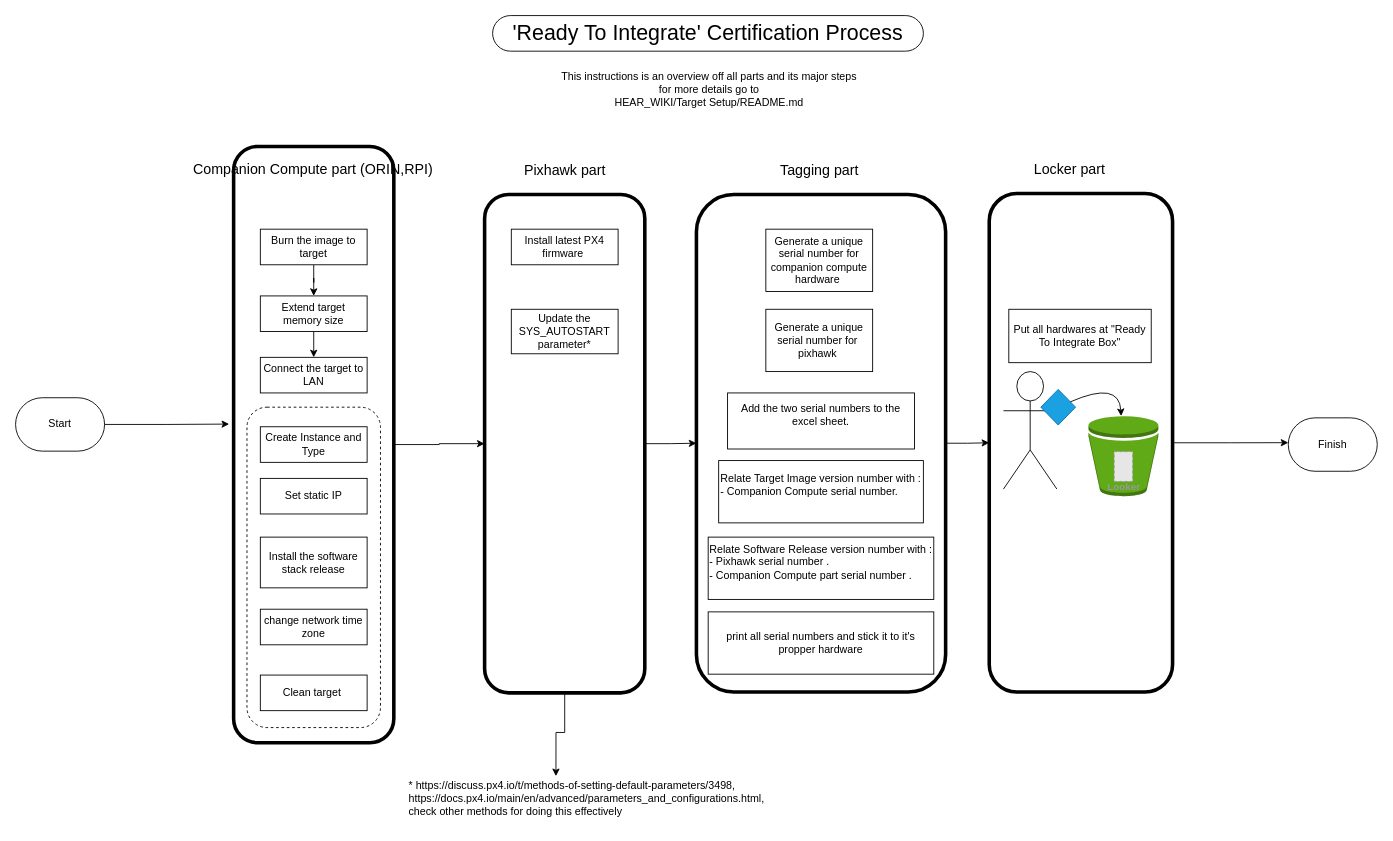
This is Guide/Hardware and Process/Commissioning/1 Ready to integrate/ready_to_integrate.drawio from DroneLeaf/HEAR_wiki, a draw.io file, before an edit. Source tidied: cells renumbered, new cells numbered last; positions are measured from the earlier drawing's top-left corner, leaving out a move shared by most shapes. Both pictures are drawn from the tidied source at 89%, with x=0, y=0 at pixel (15, 15). Pictures stored in the file or linked from it are replaced by grey dashed boxes.
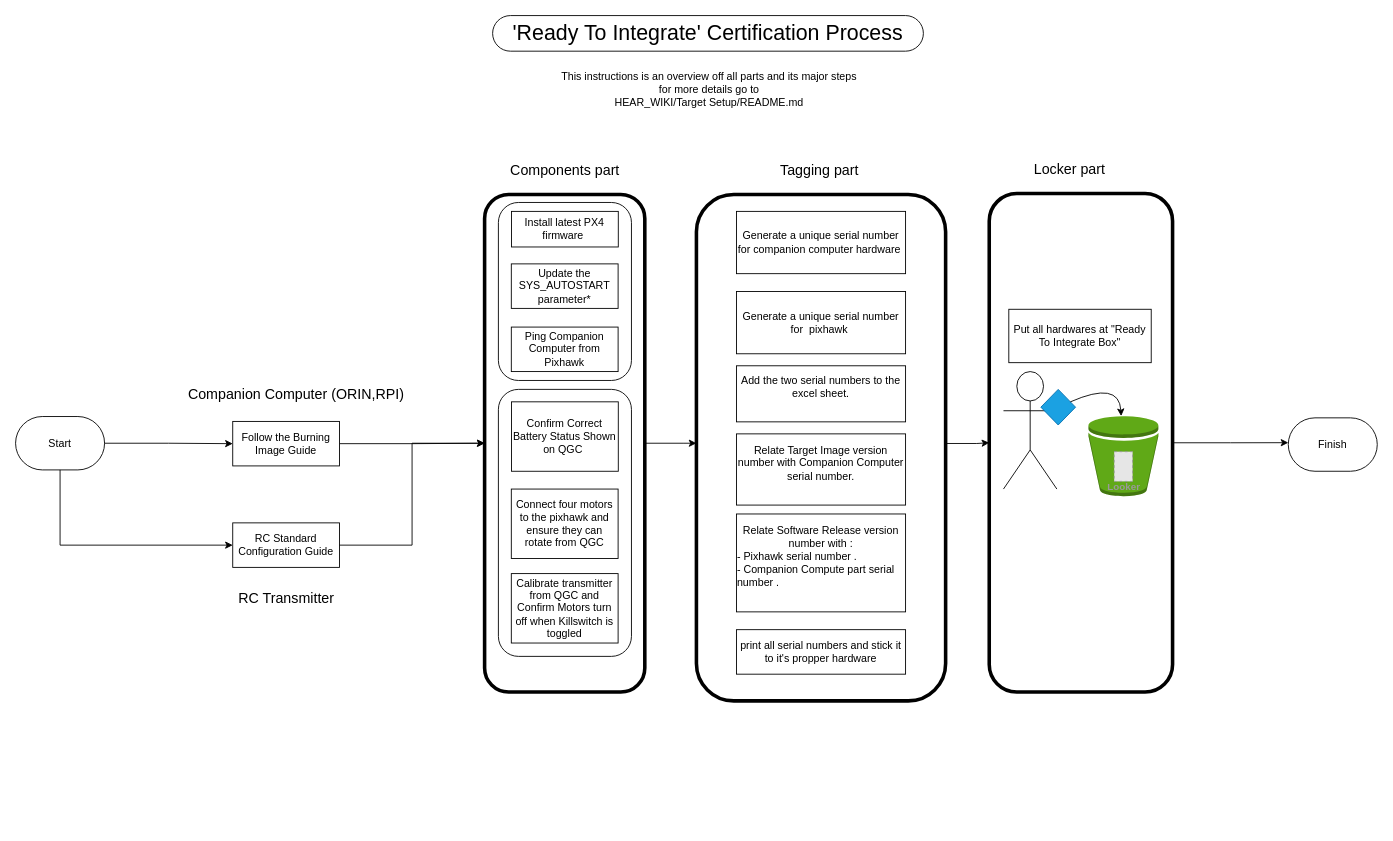
The same diagram, later.

Commit message (it also covers changes not shown here):
Updated Ready To Integrate Process

Unchanged cells that the change refers to:
```xml
<mxCell id="5" style="rounded=1;whiteSpace=wrap;html=1;fillColor=none;strokeWidth=4;" parent="1" vertex="1">
  <mxGeometry x="1094" y="200" width="206" height="560" as="geometry" />
</mxCell>
```

Change to the diagram source:
```diff
@@
-    <mxCell id="2" style="rounded=1;whiteSpace=wrap;html=1;fillColor=none;strokeWidth=4;" parent="1" vertex="1">
-      <mxGeometry x="245" y="147" width="180" height="670" as="geometry" />
-    </mxCell>
-    <mxCell id="3" style="rounded=1;whiteSpace=wrap;html=1;dashed=1;" parent="1" vertex="1">
-      <mxGeometry x="260" y="440" width="150" height="360" as="geometry" />
-    </mxCell>
     <mxCell id="4" style="rounded=1;whiteSpace=wrap;html=1;fillColor=none;strokeWidth=4;" parent="1" vertex="1">
-      <mxGeometry x="527" y="201" width="180" height="560" as="geometry" />
+      <mxGeometry x="527" y="201" width="180" height="559" as="geometry" />
     </mxCell>
+    <mxCell id="46" style="rounded=1;whiteSpace=wrap;html=1;fillColor=none;" parent="1" vertex="1">
+      <mxGeometry x="542.5" y="210" width="149.5" height="200" as="geometry" />
+    </mxCell>
+    <mxCell id="47" style="rounded=1;whiteSpace=wrap;html=1;fillColor=none;" parent="1" vertex="1">
+      <mxGeometry x="542.5" y="420" width="149.5" height="300" as="geometry" />
+    </mxCell>
@@
-    <mxCell id="6" style="edgeStyle=orthogonalEdgeStyle;rounded=0;jettySize=auto;html=1;entryX=0;entryY=0.5;entryDx=0;entryDy=0;" parent="1" edge="1" source="7" target="5">
-      <mxGeometry relative="1" as="geometry" />
-    </mxCell>
     <mxCell id="7" style="rounded=1;whiteSpace=wrap;html=1;fillColor=none;strokeWidth=4;" parent="1" vertex="1">
-      <mxGeometry x="765" y="201" width="280" height="559" as="geometry" />
+      <mxGeometry x="765" y="201" width="280" height="569" as="geometry" />
     </mxCell>
-    <mxCell id="8" style="edgeStyle=orthogonalEdgeStyle;rounded=0;jettySize=auto;html=1;entryX=0;entryY=0.5;entryDx=0;entryDy=0;" parent="1" edge="1" source="2" target="4">
+    <mxCell id="8" style="edgeStyle=orthogonalEdgeStyle;rounded=0;jettySize=auto;html=1;entryX=0;entryY=0.5;entryDx=0;entryDy=0;exitX=1;exitY=0.5;exitDx=0;exitDy=0;" parent="1" edge="1" source="12" target="4">
       <mxGeometry relative="1" as="geometry" />
     </mxCell>
-    <mxCell id="9" value="&lt;div&gt;* https://discuss.px4.io/t/methods-of-setting-default-parameters/3498,&lt;/div&gt;&lt;div&gt;https://docs.px4.io/main/en/advanced/parameters_and_configurations.html,&lt;br&gt;&lt;/div&gt;&lt;div&gt;check other methods for doing this effectively&lt;/div&gt;" style="text;html=1;align=left;verticalAlign=middle;points=[];strokeColor=none;fillColor=none;" parent="1" vertex="1">
-      <mxGeometry x="440" y="850" width="420" height="60" as="geometry" />
-    </mxCell>
@@
-    <mxCell id="11" style="edgeStyle=orthogonalEdgeStyle;rounded=0;jettySize=auto;html=1;exitX=0.5;exitY=1;exitDx=0;exitDy=0;" parent="1" edge="1" source="12" target="14">
-      <mxGeometry relative="1" as="geometry" />
-    </mxCell>
-    <mxCell id="12" value="Burn the image to target" style="rounded=1;whiteSpace=wrap;html=1;fontSize=12;glass=0;strokeWidth=1;shadow=0;arcSize=0;" parent="1" vertex="1">
-      <mxGeometry x="275" y="240" width="120" height="40" as="geometry" />
+    <mxCell id="12" value="Follow the Burning Image Guide" style="rounded=1;whiteSpace=wrap;html=1;fontSize=12;glass=0;strokeWidth=1;shadow=0;arcSize=0;" parent="1" vertex="1">
+      <mxGeometry x="244" y="456" width="120" height="50" as="geometry" />
     </mxCell>
-    <mxCell id="13" style="edgeStyle=orthogonalEdgeStyle;rounded=0;jettySize=auto;html=1;exitX=0.5;exitY=1;exitDx=0;exitDy=0;entryX=0.5;entryY=0;entryDx=0;entryDy=0;" parent="1" edge="1" source="14" target="15">
-      <mxGeometry relative="1" as="geometry" />
-    </mxCell>
-    <mxCell id="14" value="Extend target memory size" style="rounded=1;whiteSpace=wrap;html=1;fontSize=12;glass=0;strokeWidth=1;shadow=0;arcSize=0;" parent="1" vertex="1">
-      <mxGeometry x="275" y="315" width="120" height="40" as="geometry" />
-    </mxCell>
-    <mxCell id="15" value="Connect the target to LAN" style="rounded=1;whiteSpace=wrap;html=1;fontSize=12;glass=0;strokeWidth=1;shadow=0;arcSize=0;" parent="1" vertex="1">
-      <mxGeometry x="275" y="384" width="120" height="40" as="geometry" />
-    </mxCell>
-    <mxCell id="16" value="Set static IP" style="rounded=1;whiteSpace=wrap;html=1;fontSize=12;glass=0;strokeWidth=1;shadow=0;arcSize=0;" parent="1" vertex="1">
-      <mxGeometry x="275" y="520" width="120" height="40" as="geometry" />
-    </mxCell>
-    <mxCell id="17" value="Install the software stack release" style="rounded=1;whiteSpace=wrap;html=1;fontSize=12;glass=0;strokeWidth=1;shadow=0;arcSize=0;" parent="1" vertex="1">
-      <mxGeometry x="275" y="586" width="120" height="57" as="geometry" />
-    </mxCell>
-    <mxCell id="18" value="change network time zone" style="rounded=1;whiteSpace=wrap;html=1;fontSize=12;glass=0;strokeWidth=1;shadow=0;arcSize=0;" parent="1" vertex="1">
-      <mxGeometry x="275" y="667" width="120" height="40" as="geometry" />
-    </mxCell>
-    <mxCell id="19" value="Clean target&amp;nbsp;" style="rounded=1;whiteSpace=wrap;html=1;fontSize=12;glass=0;strokeWidth=1;shadow=0;arcSize=0;" parent="1" vertex="1">
-      <mxGeometry x="275" y="741" width="120" height="40" as="geometry" />
-    </mxCell>
     <mxCell id="20" value="Install latest PX4 firmware&amp;nbsp;" style="rounded=1;whiteSpace=wrap;html=1;fontSize=12;glass=0;strokeWidth=1;shadow=0;arcSize=0;" parent="1" vertex="1">
-      <mxGeometry x="557" y="240" width="120" height="40" as="geometry" />
+      <mxGeometry x="557.2" y="220" width="120" height="40" as="geometry" />
     </mxCell>
     <mxCell id="21" value="Update the SYS_AUTOSTART parameter*" style="rounded=1;whiteSpace=wrap;html=1;fontSize=12;glass=0;strokeWidth=1;shadow=0;arcSize=0;" parent="1" vertex="1">
-      <mxGeometry x="557" y="330" width="120" height="50" as="geometry" />
+      <mxGeometry x="557" y="279" width="120" height="50" as="geometry" />
     </mxCell>
-    <mxCell id="22" value="Generate a unique serial number for companion compute hardware&amp;nbsp;" style="rounded=1;whiteSpace=wrap;html=1;fontSize=12;glass=0;strokeWidth=1;shadow=0;arcSize=0;" parent="1" vertex="1">
-      <mxGeometry x="843" y="240" width="120" height="70" as="geometry" />
+    <mxCell id="22" value="Generate a unique serial number for companion computer hardware&amp;nbsp;" style="rounded=1;whiteSpace=wrap;html=1;fontSize=12;glass=0;strokeWidth=1;shadow=0;arcSize=0;" parent="1" vertex="1">
+      <mxGeometry x="810" y="220" width="190" height="70" as="geometry" />
     </mxCell>
     <mxCell id="23" value="Add the two serial numbers to the excel sheet.&lt;div style=&quot;text-align: left;&quot;&gt;&amp;nbsp;&lt;br&gt;&lt;/div&gt;" style="rounded=1;whiteSpace=wrap;html=1;fontSize=12;glass=0;strokeWidth=1;shadow=0;arcSize=0;" parent="1" vertex="1">
-      <mxGeometry x="800" y="424" width="210" height="63" as="geometry" />
+      <mxGeometry x="810" y="393.5" width="190" height="63" as="geometry" />
     </mxCell>
-    <mxCell id="24" value="Relate Target Image version number&amp;nbsp;with :&lt;div&gt;&lt;div style=&quot;text-align: left;&quot;&gt;&lt;span style=&quot;background-color: initial;&quot;&gt;- Companion Compute serial number.&lt;/span&gt;&lt;/div&gt;&lt;div&gt;&lt;br&gt;&lt;/div&gt;&lt;/div&gt;" style="rounded=1;whiteSpace=wrap;html=1;fontSize=12;glass=0;strokeWidth=1;shadow=0;arcSize=0;" parent="1" vertex="1">
-      <mxGeometry x="790" y="500" width="230" height="70" as="geometry" />
+    <mxCell id="24" value="Relate Target Image version number&amp;nbsp;with&amp;nbsp;&lt;span style=&quot;background-color: initial; text-align: left;&quot;&gt;Companion Computer serial number.&lt;/span&gt;&lt;div&gt;&lt;div&gt;&lt;br&gt;&lt;/div&gt;&lt;/div&gt;" style="rounded=1;whiteSpace=wrap;html=1;fontSize=12;glass=0;strokeWidth=1;shadow=0;arcSize=0;" parent="1" vertex="1">
+      <mxGeometry x="810" y="470" width="190" height="80" as="geometry" />
     </mxCell>
     <mxCell id="25" value="Relate Software Release version number with :&lt;div style=&quot;text-align: left;&quot;&gt;- Pixhawk&amp;nbsp;&lt;span style=&quot;background-color: initial;&quot;&gt;serial number&lt;/span&gt;&lt;span style=&quot;background-color: initial;&quot;&gt;&amp;nbsp;.&lt;/span&gt;&lt;/div&gt;&lt;div&gt;&lt;div style=&quot;text-align: left;&quot;&gt;&lt;span style=&quot;background-color: initial;&quot;&gt;- Companion Compute part&amp;nbsp;&lt;/span&gt;&lt;span style=&quot;background-color: initial;&quot;&gt;serial number&lt;/span&gt;&lt;span style=&quot;background-color: initial;&quot;&gt;&amp;nbsp;.&lt;/span&gt;&lt;/div&gt;&lt;div&gt;&lt;br&gt;&lt;/div&gt;&lt;/div&gt;" style="rounded=1;whiteSpace=wrap;html=1;fontSize=12;glass=0;strokeWidth=1;shadow=0;arcSize=0;" parent="1" vertex="1">
-      <mxGeometry x="778.2" y="586" width="253.5" height="70" as="geometry" />
+      <mxGeometry x="810" y="560" width="190" height="110" as="geometry" />
     </mxCell>
@@
-    <mxCell id="27" value="&lt;font style=&quot;font-size: 16px;&quot;&gt;Companion Compute part (ORIN,RPI)&lt;/font&gt;" style="text;html=1;align=center;verticalAlign=middle;strokeColor=none;fillColor=none;" parent="1" vertex="1">
-      <mxGeometry x="189" y="158" width="290" height="30" as="geometry" />
+    <mxCell id="27" value="&lt;font style=&quot;font-size: 16px;&quot;&gt;Companion Computer (ORIN,RPI)&lt;/font&gt;" style="text;html=1;align=center;verticalAlign=middle;strokeColor=none;fillColor=none;" parent="1" vertex="1">
+      <mxGeometry x="180" y="410" width="270" height="30" as="geometry" />
     </mxCell>
-    <mxCell id="28" value="&lt;font style=&quot;font-size: 16px;&quot;&gt;Pixhawk part&lt;/font&gt;" style="text;html=1;align=center;verticalAlign=middle;strokeColor=none;fillColor=none;" parent="1" vertex="1">
-      <mxGeometry x="557" y="159" width="120" height="30" as="geometry" />
+    <mxCell id="28" value="&lt;font style=&quot;font-size: 16px;&quot;&gt;Components part&lt;/font&gt;" style="text;html=1;align=center;verticalAlign=middle;strokeColor=none;fillColor=none;" parent="1" vertex="1">
+      <mxGeometry x="542" y="159" width="150" height="30" as="geometry" />
     </mxCell>
-    <mxCell id="29" style="edgeStyle=orthogonalEdgeStyle;rounded=0;jettySize=auto;html=1;entryX=0;entryY=0.5;entryDx=0;entryDy=0;" parent="1" edge="1" source="4" target="7">
-      <mxGeometry relative="1" as="geometry" />
+    <mxCell id="29" style="edgeStyle=orthogonalEdgeStyle;rounded=0;jettySize=auto;html=1;" parent="1" edge="1" source="4" target="7">
+      <mxGeometry relative="1" as="geometry">
+        <Array as="points">
+          <mxPoint x="750" y="481" />
+          <mxPoint x="750" y="481" />
+        </Array>
+      </mxGeometry>
     </mxCell>
@@
     <mxCell id="32" value="&lt;div&gt;Start&lt;/div&gt;" style="rounded=1;whiteSpace=wrap;html=1;arcSize=50;" parent="1" vertex="1">
-      <mxGeometry y="429.4" width="100" height="60" as="geometry" />
+      <mxGeometry y="450.5" width="100" height="60" as="geometry" />
     </mxCell>
-    <mxCell id="33" style="edgeStyle=orthogonalEdgeStyle;rounded=0;jettySize=auto;html=1;" parent="1" edge="1" source="32">
-      <mxGeometry relative="1" as="geometry">
-        <mxPoint x="240" y="459" as="targetPoint" />
-      </mxGeometry>
+    <mxCell id="33" style="edgeStyle=orthogonalEdgeStyle;rounded=0;jettySize=auto;html=1;entryX=0;entryY=0.5;entryDx=0;entryDy=0;" parent="1" edge="1" source="32" target="12">
+      <mxGeometry relative="1" as="geometry" />
     </mxCell>
@@
     <mxCell id="42" value="Generate a unique serial number for&amp;nbsp; pixhawk&amp;nbsp;" style="rounded=1;whiteSpace=wrap;html=1;fontSize=12;glass=0;strokeWidth=1;shadow=0;arcSize=0;" parent="1" vertex="1">
-      <mxGeometry x="843" y="330" width="120" height="70" as="geometry" />
+      <mxGeometry x="810" y="310" width="190" height="70" as="geometry" />
     </mxCell>
     <mxCell id="43" value="&lt;div&gt;&lt;div&gt;print all serial numbers and stick it to it's propper hardware&lt;/div&gt;&lt;/div&gt;" style="rounded=1;whiteSpace=wrap;html=1;fontSize=12;glass=0;strokeWidth=1;shadow=0;arcSize=0;" parent="1" vertex="1">
-      <mxGeometry x="778.2" y="670" width="253.5" height="70" as="geometry" />
+      <mxGeometry x="810" y="690" width="190" height="50" as="geometry" />
     </mxCell>
-    <mxCell id="44" style="edgeStyle=orthogonalEdgeStyle;rounded=0;jettySize=auto;html=1;entryX=0.398;entryY=0.076;entryDx=0;entryDy=0;entryPerimeter=0;" parent="1" edge="1" source="4" target="9">
-      <mxGeometry relative="1" as="geometry" />
-    </mxCell>
-    <mxCell id="45" value="Create Instance and Type" style="rounded=1;whiteSpace=wrap;html=1;fontSize=12;glass=0;strokeWidth=1;shadow=0;arcSize=0;" parent="1" vertex="1">
-      <mxGeometry x="275" y="462" width="120" height="40" as="geometry" />
-    </mxCell>
+    <mxCell id="48" style="edgeStyle=orthogonalEdgeStyle;rounded=0;orthogonalLoop=1;jettySize=auto;html=1;exitX=0.5;exitY=1;exitDx=0;exitDy=0;" parent="1" edge="1" source="4" target="4">
+      <mxGeometry relative="1" as="geometry" />
+    </mxCell>
+    <mxCell id="49" value="Ping Companion Computer from Pixhawk" style="rounded=1;whiteSpace=wrap;html=1;fontSize=12;glass=0;strokeWidth=1;shadow=0;arcSize=0;" parent="1" vertex="1">
+      <mxGeometry x="557" y="350" width="120" height="50" as="geometry" />
+    </mxCell>
+    <mxCell id="50" value="Confirm Correct Battery Status Shown on QGC&amp;nbsp;" style="rounded=1;whiteSpace=wrap;html=1;fontSize=12;glass=0;strokeWidth=1;shadow=0;arcSize=0;" parent="1" vertex="1">
+      <mxGeometry x="557.2" y="434" width="120" height="78" as="geometry" />
+    </mxCell>
+    <mxCell id="51" value="Connect four motors to the pixhawk and ensure they can rotate from QGC" style="rounded=1;whiteSpace=wrap;html=1;fontSize=12;glass=0;strokeWidth=1;shadow=0;arcSize=0;" parent="1" vertex="1">
+      <mxGeometry x="557" y="532" width="120" height="78" as="geometry" />
+    </mxCell>
+    <mxCell id="52" value="RC Standard Configuration Guide" style="rounded=1;whiteSpace=wrap;html=1;fontSize=12;glass=0;strokeWidth=1;shadow=0;arcSize=0;" parent="1" vertex="1">
+      <mxGeometry x="244" y="570" width="120" height="50" as="geometry" />
+    </mxCell>
+    <mxCell id="53" style="edgeStyle=orthogonalEdgeStyle;rounded=0;jettySize=auto;html=1;entryX=0;entryY=0.5;entryDx=0;entryDy=0;exitX=0.5;exitY=1;exitDx=0;exitDy=0;" parent="1" edge="1" source="32" target="52">
+      <mxGeometry relative="1" as="geometry" />
+    </mxCell>
+    <mxCell id="54" style="edgeStyle=orthogonalEdgeStyle;rounded=0;jettySize=auto;html=1;entryX=0;entryY=0.5;entryDx=0;entryDy=0;exitX=1;exitY=0.5;exitDx=0;exitDy=0;" parent="1" edge="1" source="52" target="4">
+      <mxGeometry relative="1" as="geometry" />
+    </mxCell>
+    <mxCell id="55" value="Calibrate transmitter from QGC and Confirm Motors turn off when Killswitch is toggled" style="rounded=1;whiteSpace=wrap;html=1;fontSize=12;glass=0;strokeWidth=1;shadow=0;arcSize=0;" parent="1" vertex="1">
+      <mxGeometry x="557" y="627" width="120" height="78" as="geometry" />
+    </mxCell>
+    <mxCell id="56" value="&lt;span style=&quot;font-size: 16px;&quot;&gt;RC Transmitter&lt;/span&gt;" style="text;html=1;align=center;verticalAlign=middle;strokeColor=none;fillColor=none;" parent="1" vertex="1">
+      <mxGeometry x="239" y="640" width="130" height="30" as="geometry" />
+    </mxCell>
+    <mxCell id="57" style="edgeStyle=orthogonalEdgeStyle;rounded=0;jettySize=auto;html=1;entryX=0;entryY=0.5;entryDx=0;entryDy=0;" parent="1" edge="1" target="5">
+      <mxGeometry relative="1" as="geometry">
+        <mxPoint x="1045" y="480.8" as="sourcePoint" />
+        <Array as="points">
+          <mxPoint x="1080" y="481" />
+        </Array>
+      </mxGeometry>
+    </mxCell>
```
